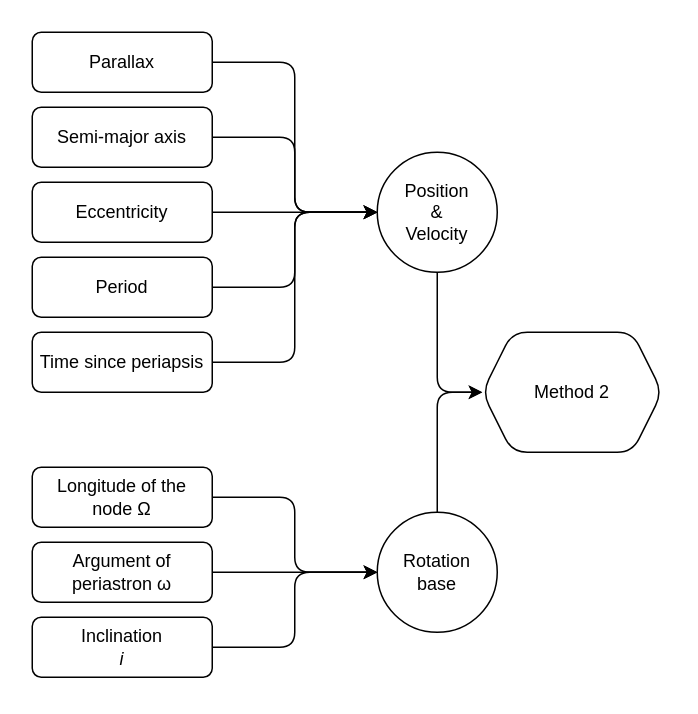
AlbinSjoegren/SPV keeps this draw.io diagram as Method2.drawio. Above is the earlier version. Source tidied: cells renumbered, new cells numbered last; positions are measured from the earlier drawing's top-left corner, leaving out a move shared by most shapes. Both pictures are drawn from the tidied source at 150%, with x=0, y=0 at pixel (32, 32).
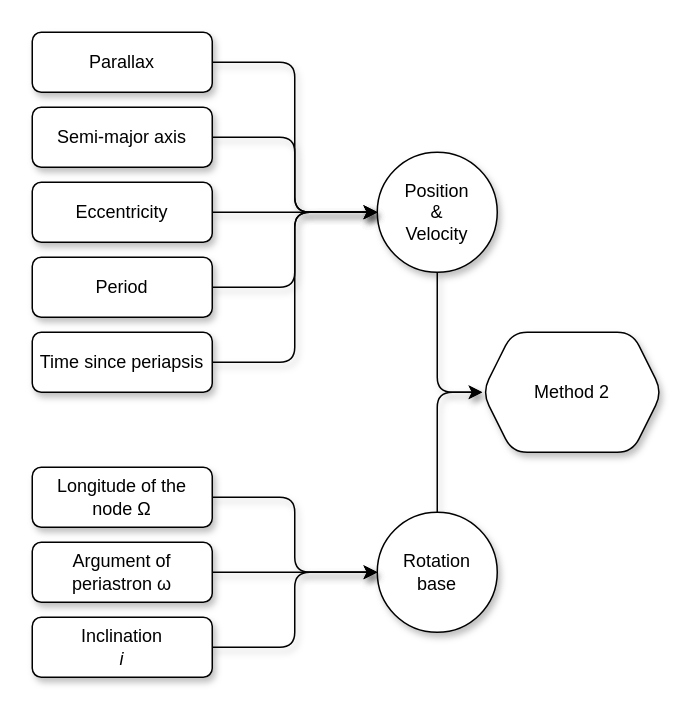
The same diagram, later.

Diff of the diagram source:
```diff
@@
-    <mxCell id="2" value="Method 2" style="shape=hexagon;perimeter=hexagonPerimeter2;whiteSpace=wrap;html=1;fixedSize=1;rounded=1;" parent="1" vertex="1">
+    <mxCell id="2" value="Method 2" style="shape=hexagon;perimeter=hexagonPerimeter2;whiteSpace=wrap;html=1;fixedSize=1;rounded=1;shadow=1;" parent="1" vertex="1">
       <mxGeometry x="300" y="200" width="120" height="80" as="geometry" />
     </mxCell>
-    <mxCell id="3" style="edgeStyle=orthogonalEdgeStyle;rounded=1;jettySize=auto;html=1;entryX=0;entryY=0.5;entryDx=0;entryDy=0;" parent="1" edge="1" source="4" target="6">
+    <mxCell id="3" style="edgeStyle=orthogonalEdgeStyle;rounded=1;jettySize=auto;html=1;entryX=0;entryY=0.5;entryDx=0;entryDy=0;shadow=1;" parent="1" edge="1" source="4" target="6">
       <mxGeometry relative="1" as="geometry" />
     </mxCell>
-    <mxCell id="4" value="Semi-major axis" style="rounded=1;whiteSpace=wrap;html=1;" parent="1" vertex="1">
+    <mxCell id="4" value="Semi-major axis" style="rounded=1;whiteSpace=wrap;html=1;shadow=1;" parent="1" vertex="1">
       <mxGeometry y="50" width="120" height="40" as="geometry" />
     </mxCell>
-    <mxCell id="5" style="edgeStyle=orthogonalEdgeStyle;rounded=1;jettySize=auto;html=1;entryX=0;entryY=0.5;entryDx=0;entryDy=0;" parent="1" edge="1" source="6" target="2">
+    <mxCell id="5" style="edgeStyle=orthogonalEdgeStyle;rounded=1;jettySize=auto;html=1;entryX=0;entryY=0.5;entryDx=0;entryDy=0;shadow=1;" parent="1" edge="1" source="6" target="2">
       <mxGeometry relative="1" as="geometry" />
     </mxCell>
-    <mxCell id="6" value="Position&lt;br&gt;&amp;amp;&lt;br&gt;Velocity" style="ellipse;whiteSpace=wrap;html=1;rounded=1;" parent="1" vertex="1">
+    <mxCell id="6" value="Position&lt;br&gt;&amp;amp;&lt;br&gt;Velocity" style="ellipse;whiteSpace=wrap;html=1;rounded=1;shadow=1;" parent="1" vertex="1">
       <mxGeometry x="230" y="80" width="80" height="80" as="geometry" />
     </mxCell>
-    <mxCell id="7" style="edgeStyle=orthogonalEdgeStyle;rounded=1;jettySize=auto;html=1;entryX=0;entryY=0.5;entryDx=0;entryDy=0;" parent="1" edge="1" source="8" target="2">
+    <mxCell id="7" style="edgeStyle=orthogonalEdgeStyle;rounded=1;jettySize=auto;html=1;entryX=0;entryY=0.5;entryDx=0;entryDy=0;shadow=1;" parent="1" edge="1" source="8" target="2">
       <mxGeometry relative="1" as="geometry" />
     </mxCell>
-    <mxCell id="8" value="Rotation&lt;br&gt;base" style="ellipse;whiteSpace=wrap;html=1;rounded=1;" parent="1" vertex="1">
+    <mxCell id="8" value="Rotation&lt;br&gt;base" style="ellipse;whiteSpace=wrap;html=1;rounded=1;shadow=1;" parent="1" vertex="1">
       <mxGeometry x="230" y="320" width="80" height="80" as="geometry" />
     </mxCell>
-    <mxCell id="9" style="edgeStyle=orthogonalEdgeStyle;rounded=1;jettySize=auto;html=1;entryX=0;entryY=0.5;entryDx=0;entryDy=0;" parent="1" edge="1" source="10" target="6">
+    <mxCell id="9" style="edgeStyle=orthogonalEdgeStyle;rounded=1;jettySize=auto;html=1;entryX=0;entryY=0.5;entryDx=0;entryDy=0;shadow=1;" parent="1" edge="1" source="10" target="6">
       <mxGeometry relative="1" as="geometry" />
     </mxCell>
-    <mxCell id="10" value="Parallax" style="rounded=1;whiteSpace=wrap;html=1;" parent="1" vertex="1">
+    <mxCell id="10" value="Parallax" style="rounded=1;whiteSpace=wrap;html=1;shadow=1;" parent="1" vertex="1">
       <mxGeometry width="120" height="40" as="geometry" />
     </mxCell>
-    <mxCell id="11" style="edgeStyle=orthogonalEdgeStyle;rounded=1;jettySize=auto;html=1;" parent="1" edge="1" source="12" target="6">
+    <mxCell id="11" style="edgeStyle=orthogonalEdgeStyle;rounded=1;jettySize=auto;html=1;shadow=1;" parent="1" edge="1" source="12" target="6">
       <mxGeometry relative="1" as="geometry" />
     </mxCell>
-    <mxCell id="12" value="Eccentricity" style="rounded=1;whiteSpace=wrap;html=1;" parent="1" vertex="1">
+    <mxCell id="12" value="Eccentricity" style="rounded=1;whiteSpace=wrap;html=1;shadow=1;" parent="1" vertex="1">
       <mxGeometry y="100" width="120" height="40" as="geometry" />
     </mxCell>
-    <mxCell id="13" style="edgeStyle=orthogonalEdgeStyle;rounded=1;jettySize=auto;html=1;entryX=0;entryY=0.5;entryDx=0;entryDy=0;" parent="1" edge="1" source="14" target="6">
+    <mxCell id="13" style="edgeStyle=orthogonalEdgeStyle;rounded=1;jettySize=auto;html=1;entryX=0;entryY=0.5;entryDx=0;entryDy=0;shadow=1;" parent="1" edge="1" source="14" target="6">
       <mxGeometry relative="1" as="geometry" />
     </mxCell>
-    <mxCell id="14" value="Period" style="rounded=1;whiteSpace=wrap;html=1;" parent="1" vertex="1">
+    <mxCell id="14" value="Period" style="rounded=1;whiteSpace=wrap;html=1;shadow=1;" parent="1" vertex="1">
       <mxGeometry y="150" width="120" height="40" as="geometry" />
     </mxCell>
-    <mxCell id="15" style="edgeStyle=orthogonalEdgeStyle;rounded=1;jettySize=auto;html=1;entryX=0;entryY=0.5;entryDx=0;entryDy=0;" parent="1" edge="1" source="16" target="6">
+    <mxCell id="15" style="edgeStyle=orthogonalEdgeStyle;rounded=1;jettySize=auto;html=1;entryX=0;entryY=0.5;entryDx=0;entryDy=0;shadow=1;" parent="1" edge="1" source="16" target="6">
       <mxGeometry relative="1" as="geometry" />
     </mxCell>
-    <mxCell id="16" value="Time since periapsis" style="rounded=1;whiteSpace=wrap;html=1;" parent="1" vertex="1">
+    <mxCell id="16" value="Time since periapsis" style="rounded=1;whiteSpace=wrap;html=1;shadow=1;" parent="1" vertex="1">
       <mxGeometry y="200" width="120" height="40" as="geometry" />
     </mxCell>
-    <mxCell id="17" style="edgeStyle=orthogonalEdgeStyle;rounded=1;jettySize=auto;html=1;" parent="1" edge="1" source="18" target="8">
+    <mxCell id="17" style="edgeStyle=orthogonalEdgeStyle;rounded=1;jettySize=auto;html=1;shadow=1;" parent="1" edge="1" source="18" target="8">
       <mxGeometry relative="1" as="geometry" />
     </mxCell>
-    <mxCell id="18" value="Longitude of the &lt;br&gt;node Ω" style="rounded=1;whiteSpace=wrap;html=1;" parent="1" vertex="1">
+    <mxCell id="18" value="Longitude of the &lt;br&gt;node Ω" style="rounded=1;whiteSpace=wrap;html=1;shadow=1;" parent="1" vertex="1">
       <mxGeometry y="290" width="120" height="40" as="geometry" />
     </mxCell>
-    <mxCell id="19" style="edgeStyle=orthogonalEdgeStyle;rounded=1;jettySize=auto;html=1;entryX=0;entryY=0.5;entryDx=0;entryDy=0;" parent="1" edge="1" source="20" target="8">
+    <mxCell id="19" style="edgeStyle=orthogonalEdgeStyle;rounded=1;jettySize=auto;html=1;entryX=0;entryY=0.5;entryDx=0;entryDy=0;shadow=1;" parent="1" edge="1" source="20" target="8">
       <mxGeometry relative="1" as="geometry" />
     </mxCell>
-    <mxCell id="20" value="Argument of periastron ω" style="rounded=1;whiteSpace=wrap;html=1;" parent="1" vertex="1">
+    <mxCell id="20" value="Argument of periastron ω" style="rounded=1;whiteSpace=wrap;html=1;shadow=1;" parent="1" vertex="1">
       <mxGeometry y="340" width="120" height="40" as="geometry" />
     </mxCell>
-    <mxCell id="21" style="edgeStyle=orthogonalEdgeStyle;rounded=1;jettySize=auto;html=1;" parent="1" edge="1" source="22" target="8">
+    <mxCell id="21" style="edgeStyle=orthogonalEdgeStyle;rounded=1;jettySize=auto;html=1;shadow=1;" parent="1" edge="1" source="22" target="8">
       <mxGeometry relative="1" as="geometry" />
     </mxCell>
-    <mxCell id="22" value="Inclination &lt;br&gt;&lt;i&gt;i&lt;/i&gt;" style="rounded=1;whiteSpace=wrap;html=1;" parent="1" vertex="1">
+    <mxCell id="22" value="Inclination &lt;br&gt;&lt;i&gt;i&lt;/i&gt;" style="rounded=1;whiteSpace=wrap;html=1;shadow=1;" parent="1" vertex="1">
       <mxGeometry y="390" width="120" height="40" as="geometry" />
     </mxCell>
```
